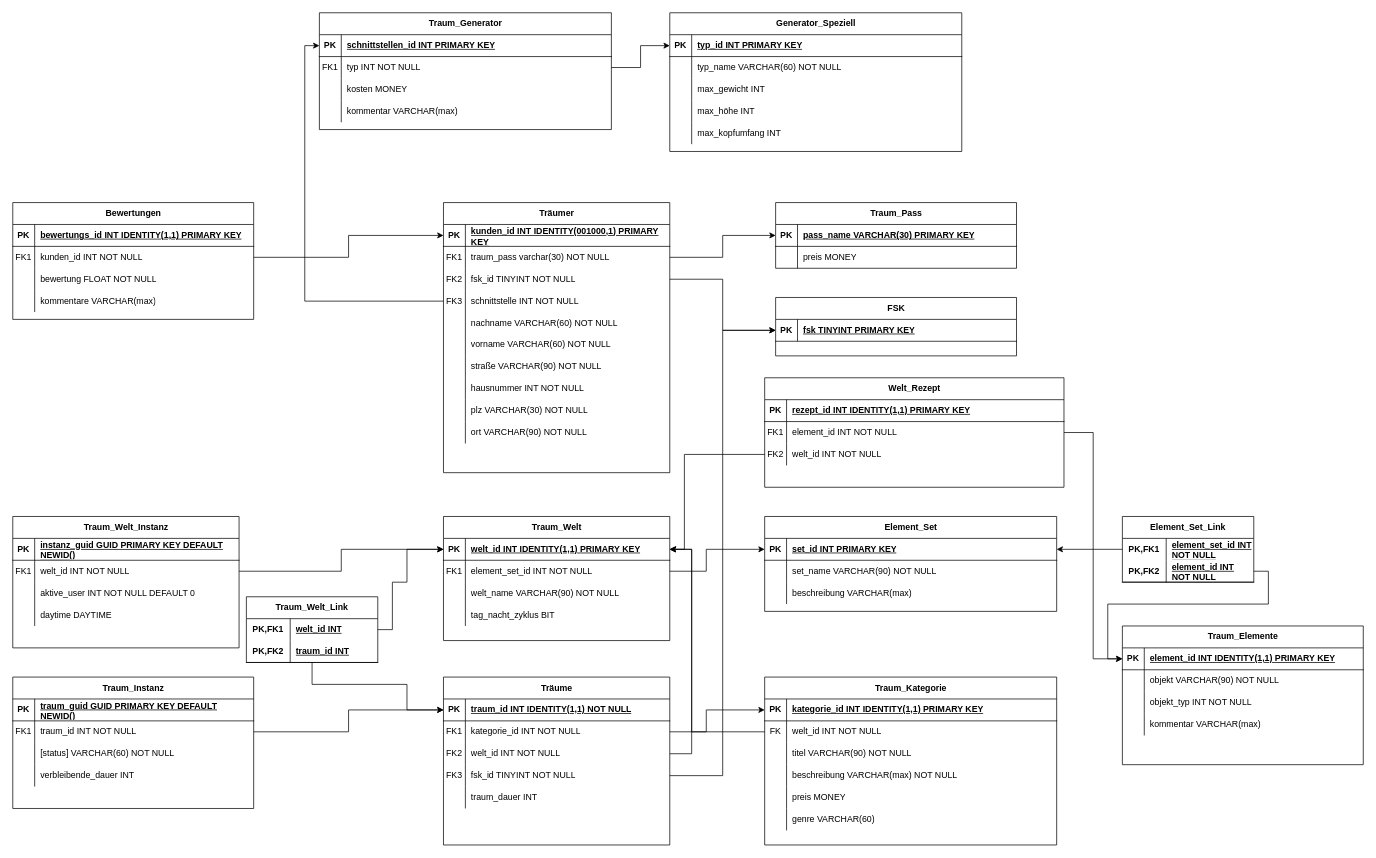
The draw.io diagram ER-Modell.drawio in Stauber-Justin/DreamPulse, before the edit. Source tidied: cells renumbered, new cells numbered last; positions are measured from the earlier drawing's top-left corner, leaving out a move shared by most shapes. Both pictures are drawn from the tidied source at 73%, with x=0, y=0 at pixel (12, 12).
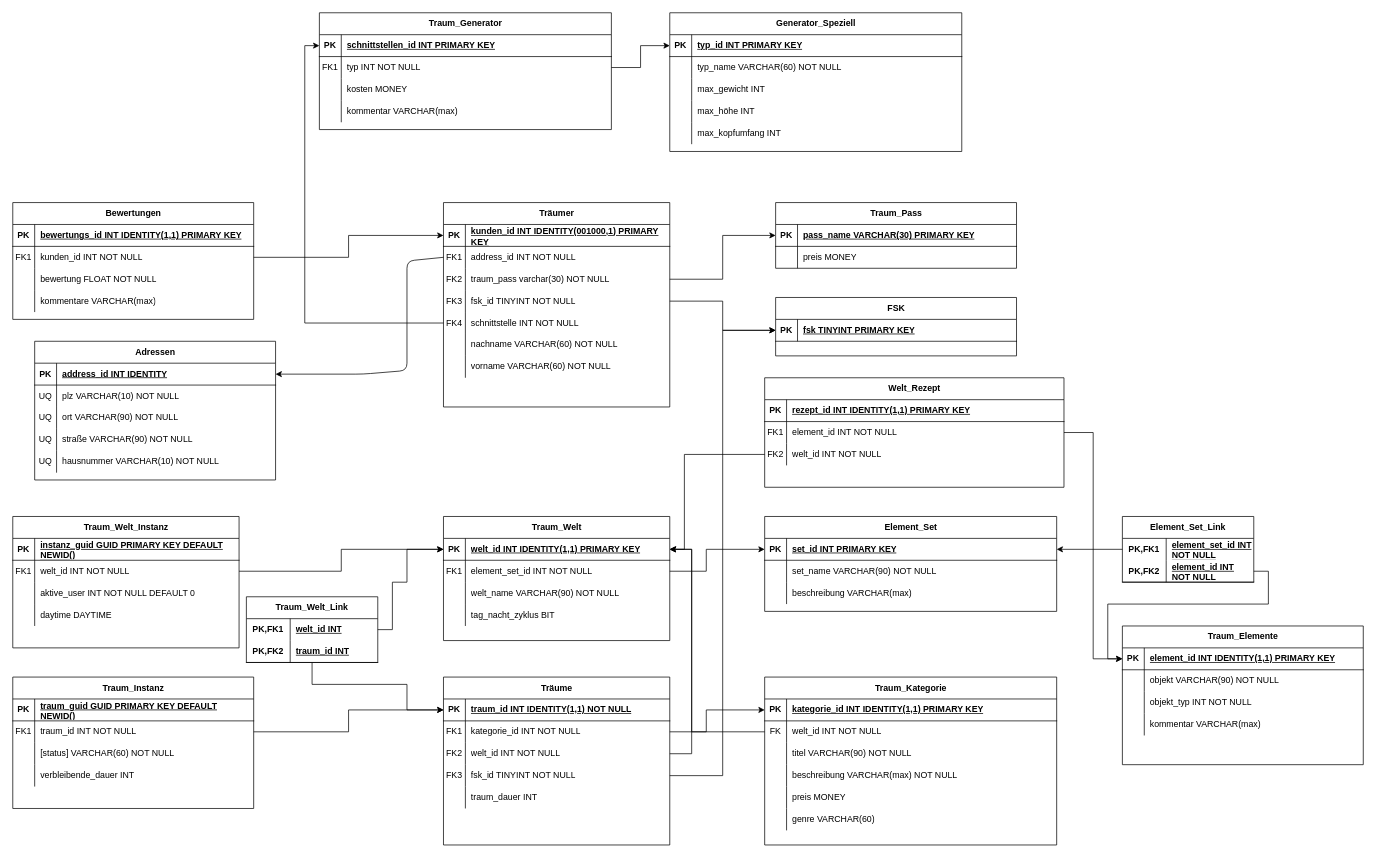
The same diagram, later.

The edit, as a diff of the source:
```diff
@@
     <mxCell id="152" value="Träumer" style="shape=table;startSize=30;childLayout=tableLayout;rowLines=0;fontStyle=1;align=center;html=1;" parent="1" vertex="1">
-      <mxGeometry x="590" y="260" width="310" height="370" as="geometry" />
+      <mxGeometry x="590" y="260" width="310" height="280" as="geometry" />
     </mxCell>
@@
+    <mxCell id="171" style="shape=tableRow;horizontal=0;startSize=0;swimlaneHead=0;swimlaneBody=0;fillColor=none;points=[[0,0.5],[1,0.5]];portConstraint=eastwest;top=0;left=0;right=0;bottom=0;" parent="152" vertex="1">
+      <mxGeometry y="60" width="310" height="30" as="geometry" />
+    </mxCell>
+    <mxCell id="172" value="FK1" style="shape=partialRectangle;fillColor=none;top=0;left=0;bottom=0;right=0;overflow=hidden;whiteSpace=wrap;html=1;" parent="171" vertex="1">
+      <mxGeometry width="30" height="30" as="geometry" />
+    </mxCell>
+    <mxCell id="173" value="address_id INT NOT NULL" style="shape=partialRectangle;fillColor=none;top=0;left=0;bottom=0;right=0;align=left;spacingLeft=6;overflow=hidden;whiteSpace=wrap;html=1;" parent="171" vertex="1">
+      <mxGeometry x="30" width="280" height="30" as="geometry" />
+    </mxCell>
     <mxCell id="156" style="shape=tableRow;horizontal=0;startSize=0;swimlaneHead=0;swimlaneBody=0;fillColor=none;points=[[0,0.5],[1,0.5]];portConstraint=eastwest;top=0;left=0;right=0;bottom=0;" parent="152" vertex="1">
-      <mxGeometry y="60" width="310" height="30" as="geometry" />
+      <mxGeometry y="90" width="310" height="30" as="geometry" />
     </mxCell>
-    <mxCell id="157" value="FK1" style="shape=partialRectangle;fillColor=none;top=0;left=0;bottom=0;right=0;overflow=hidden;whiteSpace=wrap;html=1;" parent="156" vertex="1">
+    <mxCell id="157" value="FK2" style="shape=partialRectangle;fillColor=none;top=0;left=0;bottom=0;right=0;overflow=hidden;whiteSpace=wrap;html=1;" parent="156" vertex="1">
       <mxGeometry width="30" height="30" as="geometry" />
     </mxCell>
@@
     <mxCell id="159" style="shape=tableRow;horizontal=0;startSize=0;swimlaneHead=0;swimlaneBody=0;fillColor=none;points=[[0,0.5],[1,0.5]];portConstraint=eastwest;top=0;left=0;right=0;bottom=0;" parent="152" vertex="1">
-      <mxGeometry y="90" width="310" height="30" as="geometry" />
+      <mxGeometry y="120" width="310" height="30" as="geometry" />
     </mxCell>
-    <mxCell id="160" value="FK2" style="shape=partialRectangle;fillColor=none;top=0;left=0;bottom=0;right=0;overflow=hidden;whiteSpace=wrap;html=1;" parent="159" vertex="1">
+    <mxCell id="160" value="FK3" style="shape=partialRectangle;fillColor=none;top=0;left=0;bottom=0;right=0;overflow=hidden;whiteSpace=wrap;html=1;" parent="159" vertex="1">
       <mxGeometry width="30" height="30" as="geometry" />
     </mxCell>
@@
     <mxCell id="162" style="shape=tableRow;horizontal=0;startSize=0;swimlaneHead=0;swimlaneBody=0;fillColor=none;points=[[0,0.5],[1,0.5]];portConstraint=eastwest;top=0;left=0;right=0;bottom=0;" parent="152" vertex="1">
-      <mxGeometry y="120" width="310" height="30" as="geometry" />
+      <mxGeometry y="150" width="310" height="30" as="geometry" />
     </mxCell>
-    <mxCell id="163" value="FK3" style="shape=partialRectangle;fillColor=none;top=0;left=0;bottom=0;right=0;overflow=hidden;whiteSpace=wrap;html=1;" parent="162" vertex="1">
+    <mxCell id="163" value="FK4" style="shape=partialRectangle;fillColor=none;top=0;left=0;bottom=0;right=0;overflow=hidden;whiteSpace=wrap;html=1;" parent="162" vertex="1">
       <mxGeometry width="30" height="30" as="geometry" />
     </mxCell>
@@
     <mxCell id="165" style="shape=tableRow;horizontal=0;startSize=0;swimlaneHead=0;swimlaneBody=0;fillColor=none;top=0;left=0;right=0;bottom=0;" parent="152" vertex="1">
-      <mxGeometry y="150" width="310" height="30" as="geometry" />
+      <mxGeometry y="180" width="310" height="30" as="geometry" />
     </mxCell>
@@
     <mxCell id="168" style="shape=tableRow;horizontal=0;startSize=0;swimlaneHead=0;swimlaneBody=0;fillColor=none;top=0;left=0;right=0;bottom=0;" parent="152" vertex="1">
-      <mxGeometry y="180" width="310" height="30" as="geometry" />
+      <mxGeometry y="210" width="310" height="30" as="geometry" />
     </mxCell>
@@
-    <mxCell id="171" style="shape=tableRow;horizontal=0;startSize=0;swimlaneHead=0;swimlaneBody=0;fillColor=none;points=[[0,0.5],[1,0.5]];portConstraint=eastwest;top=0;left=0;right=0;bottom=0;" parent="152" vertex="1">
-      <mxGeometry y="210" width="310" height="30" as="geometry" />
-    </mxCell>
-    <mxCell id="172" style="shape=partialRectangle;fillColor=none;top=0;left=0;bottom=0;right=0;overflow=hidden;whiteSpace=wrap;html=1;" parent="171" vertex="1">
-      <mxGeometry width="30" height="30" as="geometry" />
-    </mxCell>
-    <mxCell id="173" value="straße VARCHAR(90) NOT NULL" style="shape=partialRectangle;fillColor=none;top=0;left=0;bottom=0;right=0;align=left;spacingLeft=6;overflow=hidden;whiteSpace=wrap;html=1;" parent="171" vertex="1">
-      <mxGeometry x="30" width="280" height="30" as="geometry" />
-    </mxCell>
-    <mxCell id="174" style="shape=tableRow;horizontal=0;startSize=0;swimlaneHead=0;swimlaneBody=0;fillColor=none;top=0;left=0;right=0;bottom=0;" parent="152" vertex="1">
-      <mxGeometry y="240" width="310" height="30" as="geometry" />
-    </mxCell>
-    <mxCell id="175" style="shape=partialRectangle;fillColor=none;top=0;left=0;bottom=0;right=0;overflow=hidden;whiteSpace=wrap;html=1;" parent="174" vertex="1">
-      <mxGeometry width="30" height="30" as="geometry" />
-    </mxCell>
-    <mxCell id="176" value="hausnummer INT NOT NULL" style="shape=partialRectangle;fillColor=none;top=0;left=0;bottom=0;right=0;align=left;spacingLeft=6;overflow=hidden;whiteSpace=wrap;html=1;" parent="174" vertex="1">
-      <mxGeometry x="30" width="280" height="30" as="geometry" />
-    </mxCell>
-    <mxCell id="177" style="shape=tableRow;horizontal=0;startSize=0;swimlaneHead=0;swimlaneBody=0;fillColor=none;top=0;left=0;right=0;bottom=0;" parent="152" vertex="1">
-      <mxGeometry y="270" width="310" height="30" as="geometry" />
-    </mxCell>
-    <mxCell id="178" style="shape=partialRectangle;fillColor=none;top=0;left=0;bottom=0;right=0;overflow=hidden;whiteSpace=wrap;html=1;" parent="177" vertex="1">
-      <mxGeometry width="30" height="30" as="geometry" />
-    </mxCell>
-    <mxCell id="179" value="plz VARCHAR(30) NOT NULL" style="shape=partialRectangle;fillColor=none;top=0;left=0;bottom=0;right=0;align=left;spacingLeft=6;overflow=hidden;whiteSpace=wrap;html=1;" parent="177" vertex="1">
-      <mxGeometry x="30" width="280" height="30" as="geometry" />
-    </mxCell>
-    <mxCell id="180" style="shape=tableRow;horizontal=0;startSize=0;swimlaneHead=0;swimlaneBody=0;fillColor=none;top=0;left=0;right=0;bottom=0;" parent="152" vertex="1">
-      <mxGeometry y="300" width="310" height="30" as="geometry" />
-    </mxCell>
-    <mxCell id="181" style="shape=partialRectangle;fillColor=none;top=0;left=0;bottom=0;right=0;overflow=hidden;whiteSpace=wrap;html=1;" parent="180" vertex="1">
-      <mxGeometry width="30" height="30" as="geometry" />
-    </mxCell>
-    <mxCell id="182" value="ort VARCHAR(90) NOT NULL" style="shape=partialRectangle;fillColor=none;top=0;left=0;bottom=0;right=0;align=left;spacingLeft=6;overflow=hidden;whiteSpace=wrap;html=1;" parent="180" vertex="1">
-      <mxGeometry x="30" width="280" height="30" as="geometry" />
-    </mxCell>
@@
+    <mxCell id="225" value="Adressen" style="shape=table;startSize=30;childLayout=tableLayout;rowLines=0;fontStyle=1;align=center;html=1;" parent="1" vertex="1">
+      <mxGeometry x="30" y="450" width="330" height="190" as="geometry" />
+    </mxCell>
+    <mxCell id="226" style="shape=tableRow;horizontal=0;startSize=0;swimlaneHead=0;swimlaneBody=0;fillColor=none;points=[[0,0.5],[1,0.5]];portConstraint=eastwest;top=0;left=0;right=0;bottom=1;" parent="225" vertex="1">
+      <mxGeometry y="30" width="330" height="30" as="geometry" />
+    </mxCell>
+    <mxCell id="227" value="PK" style="shape=partialRectangle;fillColor=none;top=0;left=0;bottom=0;right=0;fontStyle=1;overflow=hidden;whiteSpace=wrap;html=1;" parent="226" vertex="1">
+      <mxGeometry width="30" height="30" as="geometry" />
+    </mxCell>
+    <mxCell id="228" value="address_id INT IDENTITY" style="shape=partialRectangle;fillColor=none;top=0;left=0;bottom=0;right=0;align=left;spacingLeft=6;fontStyle=5;overflow=hidden;whiteSpace=wrap;html=1;" parent="226" vertex="1">
+      <mxGeometry x="30" width="300" height="30" as="geometry" />
+    </mxCell>
+    <mxCell id="229" style="shape=tableRow;horizontal=0;startSize=0;swimlaneHead=0;swimlaneBody=0;fillColor=none;top=0;left=0;right=0;bottom=0;" parent="225" vertex="1">
+      <mxGeometry y="60" width="330" height="30" as="geometry" />
+    </mxCell>
+    <mxCell id="230" value="UQ" style="shape=partialRectangle;fillColor=none;top=0;left=0;bottom=0;right=0;overflow=hidden;whiteSpace=wrap;html=1;" parent="229" vertex="1">
+      <mxGeometry width="30" height="30" as="geometry" />
+    </mxCell>
+    <mxCell id="231" value="plz VARCHAR(10) NOT NULL" style="shape=partialRectangle;fillColor=none;top=0;left=0;bottom=0;right=0;align=left;spacingLeft=6;overflow=hidden;whiteSpace=wrap;html=1;" parent="229" vertex="1">
+      <mxGeometry x="30" width="300" height="30" as="geometry" />
+    </mxCell>
+    <mxCell id="232" style="shape=tableRow;horizontal=0;startSize=0;swimlaneHead=0;swimlaneBody=0;fillColor=none;top=0;left=0;right=0;bottom=0;" parent="225" vertex="1">
+      <mxGeometry y="90" width="330" height="30" as="geometry" />
+    </mxCell>
+    <mxCell id="233" value="UQ" style="shape=partialRectangle;fillColor=none;top=0;left=0;bottom=0;right=0;overflow=hidden;whiteSpace=wrap;html=1;" parent="232" vertex="1">
+      <mxGeometry width="30" height="30" as="geometry" />
+    </mxCell>
+    <mxCell id="182" value="ort VARCHAR(90) NOT NULL" style="shape=partialRectangle;fillColor=none;top=0;left=0;bottom=0;right=0;align=left;spacingLeft=6;overflow=hidden;whiteSpace=wrap;html=1;" parent="232" vertex="1">
+      <mxGeometry x="30" width="300" height="30" as="geometry" />
+    </mxCell>
+    <mxCell id="234" style="shape=tableRow;horizontal=0;startSize=0;swimlaneHead=0;swimlaneBody=0;fillColor=none;top=0;left=0;right=0;bottom=0;" parent="225" vertex="1">
+      <mxGeometry y="120" width="330" height="30" as="geometry" />
+    </mxCell>
+    <mxCell id="235" value="UQ" style="shape=partialRectangle;fillColor=none;top=0;left=0;bottom=0;right=0;overflow=hidden;whiteSpace=wrap;html=1;" parent="234" vertex="1">
+      <mxGeometry width="30" height="30" as="geometry" />
+    </mxCell>
+    <mxCell id="236" value="straße VARCHAR(90) NOT NULL" style="shape=partialRectangle;fillColor=none;top=0;left=0;bottom=0;right=0;align=left;spacingLeft=6;overflow=hidden;whiteSpace=wrap;html=1;" parent="234" vertex="1">
+      <mxGeometry x="30" width="300" height="30" as="geometry" />
+    </mxCell>
+    <mxCell id="237" style="shape=tableRow;horizontal=0;startSize=0;swimlaneHead=0;swimlaneBody=0;fillColor=none;top=0;left=0;right=0;bottom=0;" parent="225" vertex="1">
+      <mxGeometry y="150" width="330" height="30" as="geometry" />
+    </mxCell>
+    <mxCell id="238" value="UQ" style="shape=partialRectangle;fillColor=none;top=0;left=0;bottom=0;right=0;overflow=hidden;whiteSpace=wrap;html=1;" parent="237" vertex="1">
+      <mxGeometry width="30" height="30" as="geometry" />
+    </mxCell>
+    <mxCell id="239" value="hausnummer VARCHAR(10) NOT NULL" style="shape=partialRectangle;fillColor=none;top=0;left=0;bottom=0;right=0;align=left;spacingLeft=6;overflow=hidden;whiteSpace=wrap;html=1;" parent="237" vertex="1">
+      <mxGeometry x="30" width="300" height="30" as="geometry" />
+    </mxCell>
+    <mxCell id="240" style="edgeStyle=none;html=1;entryX=1;entryY=0.5;entryDx=0;entryDy=0;exitX=0;exitY=0.5;exitDx=0;exitDy=0;" parent="1" edge="1" source="171" target="226">
+      <mxGeometry relative="1" as="geometry">
+        <Array as="points">
+          <mxPoint x="540" y="340" />
+          <mxPoint x="540" y="490" />
+          <mxPoint x="480" y="495" />
+        </Array>
+      </mxGeometry>
+    </mxCell>
```
